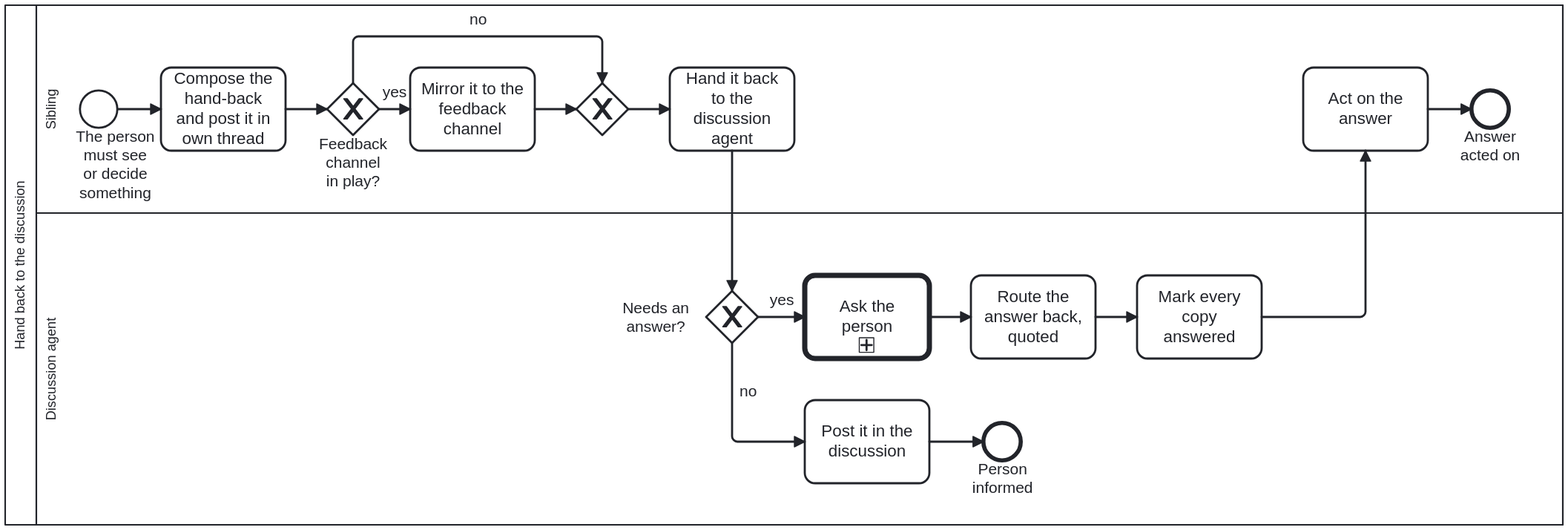
The BPMN diagram docs/assets/img/workflows/hand-back-to-discussion.svg in litlfred/cat-harness, before a commit. Its source is kept beside it as processes/process/hand-back-to-discussion.bpmn. Ids are renumbered.
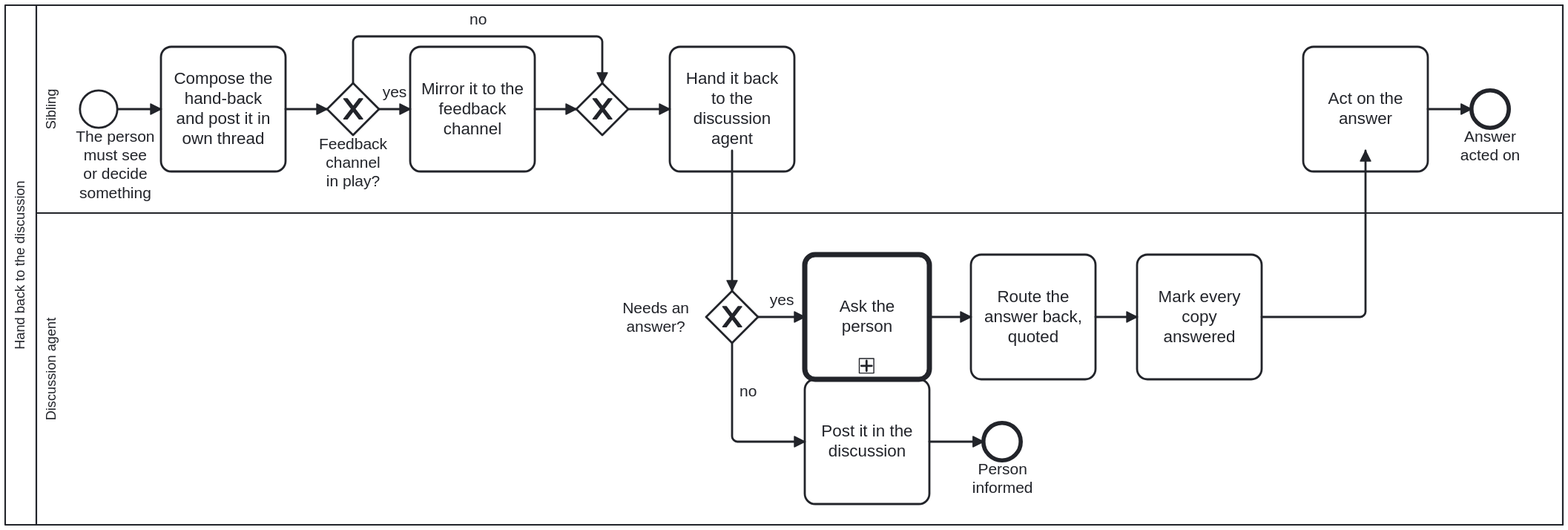
The same diagram one commit later.

Diff of the diagram source:
```diff
@@ -122,89 +122,104 @@
       </bpmndi:BPMNShape>
       <bpmndi:BPMNShape id="Shape_Start_Process_HandBackToDiscussion" bpmnElement="Start_Process_HandBackToDiscussion">
         <dc:Bounds x="232" y="162" width="36" height="36" />
-        <bpmndi:BPMNLabel><dc:Bounds x="221.01" y="197.5" width="90" height="72" /></bpmndi:BPMNLabel>
-      </bpmndi:BPMNShape>
+
+      <bpmndi:BPMNLabel><dc:Bounds x="221.01" y="197.5" width="90" height="72" /></bpmndi:BPMNLabel></bpmndi:BPMNShape>
       <bpmndi:BPMNShape id="Shape_S_Compose" bpmnElement="S_Compose">
-        <dc:Bounds x="310" y="140" width="120" height="80" />
+        <dc:Bounds x="310" y="120" width="120" height="120" />
       </bpmndi:BPMNShape>
       <bpmndi:BPMNShape id="Shape_GW_Channel" bpmnElement="GW_Channel" isMarkerVisible="true">
         <dc:Bounds x="470" y="155" width="50" height="50" />
       </bpmndi:BPMNShape>
       <bpmndi:BPMNShape id="Shape_S_Mirror" bpmnElement="S_Mirror">
-        <dc:Bounds x="550" y="140" width="120" height="80" />
+        <dc:Bounds x="550" y="120" width="120" height="120" />
       </bpmndi:BPMNShape>
       <bpmndi:BPMNShape id="Shape_GW_ChannelJoin" bpmnElement="GW_ChannelJoin" isMarkerVisible="true">
         <dc:Bounds x="710" y="155" width="50" height="50" />
       </bpmndi:BPMNShape>
       <bpmndi:BPMNShape id="Shape_S_HandBack" bpmnElement="S_HandBack">
-        <dc:Bounds x="800" y="140" width="120" height="80" />
+        <dc:Bounds x="800" y="120" width="120" height="120" />
       </bpmndi:BPMNShape>
       <bpmndi:BPMNShape id="Shape_S_Act" bpmnElement="S_Act">
-        <dc:Bounds x="1410" y="140" width="120" height="80" />
+        <dc:Bounds x="1410" y="120" width="120" height="120" />
       </bpmndi:BPMNShape>
       <bpmndi:BPMNShape id="Shape_End_Acted" bpmnElement="End_Acted">
         <dc:Bounds x="1572" y="162" width="36" height="36" />
       </bpmndi:BPMNShape>
       <bpmndi:BPMNShape id="Shape_GW_NeedsAnswer" bpmnElement="GW_NeedsAnswer" isMarkerVisible="true">
         <dc:Bounds x="835" y="355" width="50" height="50" />
-        <bpmndi:BPMNLabel><dc:Bounds x="741" y="362.5" width="90" height="35" /></bpmndi:BPMNLabel>
-      </bpmndi:BPMNShape>
+
+      <bpmndi:BPMNLabel><dc:Bounds x="741" y="362.5" width="90" height="35" /></bpmndi:BPMNLabel></bpmndi:BPMNShape>
       <bpmndi:BPMNShape id="Shape_D_Ask" bpmnElement="D_Ask">
-        <dc:Bounds x="930" y="340" width="120" height="80" />
+        <dc:Bounds x="930" y="320" width="120" height="120" />
       </bpmndi:BPMNShape>
       <bpmndi:BPMNShape id="Shape_D_RouteBack" bpmnElement="D_RouteBack">
-        <dc:Bounds x="1090" y="340" width="120" height="80" />
+        <dc:Bounds x="1090" y="320" width="120" height="120" />
       </bpmndi:BPMNShape>
       <bpmndi:BPMNShape id="Shape_D_MarkAnswered" bpmnElement="D_MarkAnswered">
-        <dc:Bounds x="1250" y="340" width="120" height="80" />
+        <dc:Bounds x="1250" y="320" width="120" height="120" />
       </bpmndi:BPMNShape>
       <bpmndi:BPMNShape id="Shape_D_Inform" bpmnElement="D_Inform">
-        <dc:Bounds x="930" y="460" width="120" height="80" />
+        <dc:Bounds x="930" y="440" width="120" height="120" />
       </bpmndi:BPMNShape>
       <bpmndi:BPMNShape id="Shape_End_Informed" bpmnElement="End_Informed">
         <dc:Bounds x="1102" y="482" width="36" height="36" />
       </bpmndi:BPMNShape>
       <bpmndi:BPMNEdge id="Edge_SF_HB_1" bpmnElement="SF_HB_1">
-        <di:waypoint x="268" y="180" /><di:waypoint x="310" y="180" />
+        <di:waypoint x="268" y="180" />
+        <di:waypoint x="310" y="180" />
       </bpmndi:BPMNEdge>
       <bpmndi:BPMNEdge id="Edge_SF_HB_2" bpmnElement="SF_HB_2">
-        <di:waypoint x="430" y="180" /><di:waypoint x="470" y="180" />
+        <di:waypoint x="430" y="180" />
+        <di:waypoint x="470" y="180" />
       </bpmndi:BPMNEdge>
       <bpmndi:BPMNEdge id="Edge_SF_HB_3" bpmnElement="SF_HB_3">
-        <di:waypoint x="520" y="180" /><di:waypoint x="550" y="180" />
+        <di:waypoint x="520" y="180" />
+        <di:waypoint x="550" y="180" />
       </bpmndi:BPMNEdge>
       <bpmndi:BPMNEdge id="Edge_SF_HB_4" bpmnElement="SF_HB_4">
         <di:waypoint x="495" y="155" /><di:waypoint x="495" y="110" /><di:waypoint x="735" y="110" /><di:waypoint x="735" y="155" />
       </bpmndi:BPMNEdge>
       <bpmndi:BPMNEdge id="Edge_SF_HB_5" bpmnElement="SF_HB_5">
-        <di:waypoint x="670" y="180" /><di:waypoint x="710" y="180" />
+        <di:waypoint x="670" y="180" />
+        <di:waypoint x="710" y="180" />
       </bpmndi:BPMNEdge>
       <bpmndi:BPMNEdge id="Edge_SF_HB_6" bpmnElement="SF_HB_6">
-        <di:waypoint x="760" y="180" /><di:waypoint x="800" y="180" />
+        <di:waypoint x="760" y="180" />
+        <di:waypoint x="800" y="180" />
       </bpmndi:BPMNEdge>
       <bpmndi:BPMNEdge id="Edge_SF_HB_7" bpmnElement="SF_HB_7">
-        <di:waypoint x="860" y="220" /><di:waypoint x="860" y="355" />
+        <di:waypoint x="860" y="220" />
+        <di:waypoint x="860" y="355" />
       </bpmndi:BPMNEdge>
       <bpmndi:BPMNEdge id="Edge_SF_HB_8" bpmnElement="SF_HB_8">
-        <di:waypoint x="885" y="380" /><di:waypoint x="930" y="380" />
+        <di:waypoint x="885" y="380" />
+        <di:waypoint x="930" y="380" />
       </bpmndi:BPMNEdge>
       <bpmndi:BPMNEdge id="Edge_SF_HB_9" bpmnElement="SF_HB_9">
-        <di:waypoint x="860" y="405" /><di:waypoint x="860" y="500" /><di:waypoint x="930" y="500" />
+        <di:waypoint x="860" y="405" />
+        <di:waypoint x="860" y="500" />
+        <di:waypoint x="930" y="500" />
       </bpmndi:BPMNEdge>
       <bpmndi:BPMNEdge id="Edge_SF_HB_10" bpmnElement="SF_HB_10">
-        <di:waypoint x="1050" y="500" /><di:waypoint x="1102" y="500" />
+        <di:waypoint x="1050" y="500" />
+        <di:waypoint x="1102" y="500" />
       </bpmndi:BPMNEdge>
       <bpmndi:BPMNEdge id="Edge_SF_HB_11" bpmnElement="SF_HB_11">
-        <di:waypoint x="1050" y="380" /><di:waypoint x="1090" y="380" />
+        <di:waypoint x="1050" y="380" />
+        <di:waypoint x="1090" y="380" />
       </bpmndi:BPMNEdge>
       <bpmndi:BPMNEdge id="Edge_SF_HB_12" bpmnElement="SF_HB_12">
-        <di:waypoint x="1210" y="380" /><di:waypoint x="1250" y="380" />
+        <di:waypoint x="1210" y="380" />
+        <di:waypoint x="1250" y="380" />
       </bpmndi:BPMNEdge>
       <bpmndi:BPMNEdge id="Edge_SF_HB_13" bpmnElement="SF_HB_13">
-        <di:waypoint x="1370" y="380" /><di:waypoint x="1470" y="380" /><di:waypoint x="1470" y="220" />
+        <di:waypoint x="1370" y="380" />
+        <di:waypoint x="1470" y="380" />
+        <di:waypoint x="1470" y="220" />
       </bpmndi:BPMNEdge>
       <bpmndi:BPMNEdge id="Edge_SF_HB_14" bpmnElement="SF_HB_14">
-        <di:waypoint x="1530" y="180" /><di:waypoint x="1572" y="180" />
+        <di:waypoint x="1530" y="180" />
+        <di:waypoint x="1572" y="180" />
       </bpmndi:BPMNEdge>
     </bpmndi:BPMNPlane>
   </bpmndi:BPMNDiagram>
```
